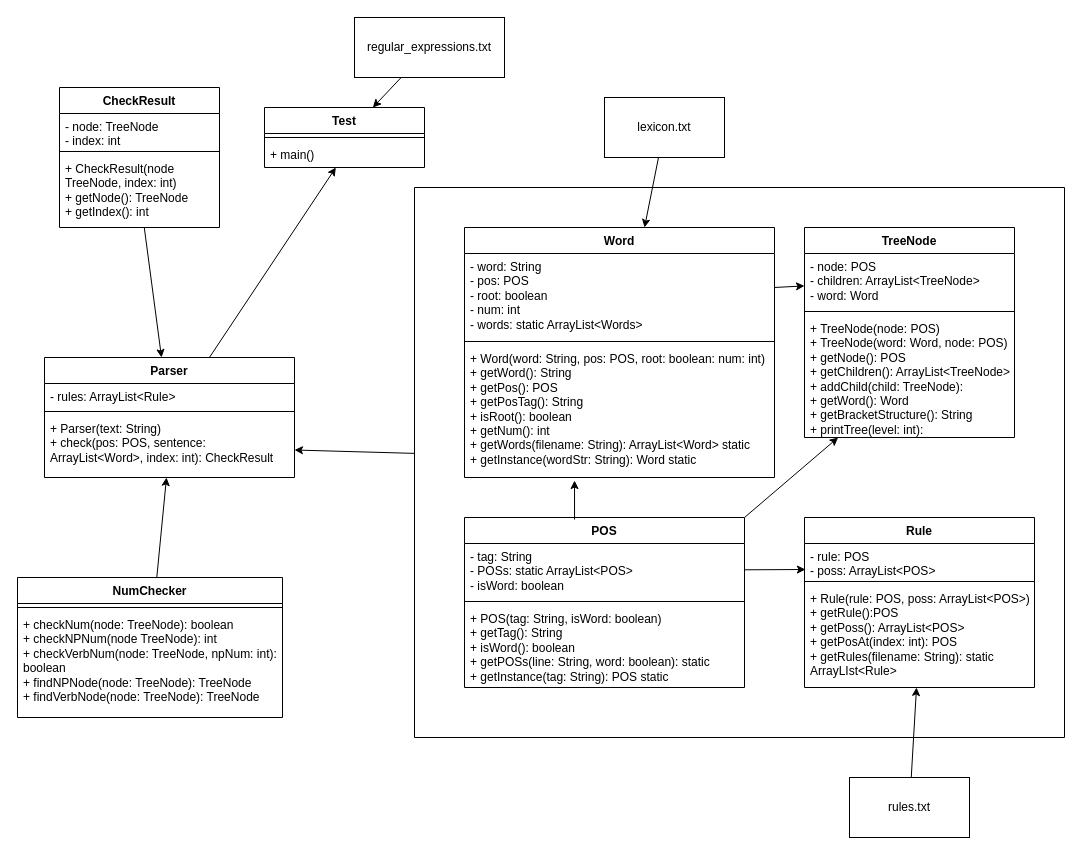
The draw.io diagram System.drawio in DavidThorn03/Natural-Language-Parser, before the edit. Source tidied: cells renumbered, new cells numbered last; positions are measured from the earlier drawing's top-left corner, leaving out a move shared by most shapes. Both pictures are drawn from the tidied source at 100%, with x=0, y=0 at pixel (17, 17).
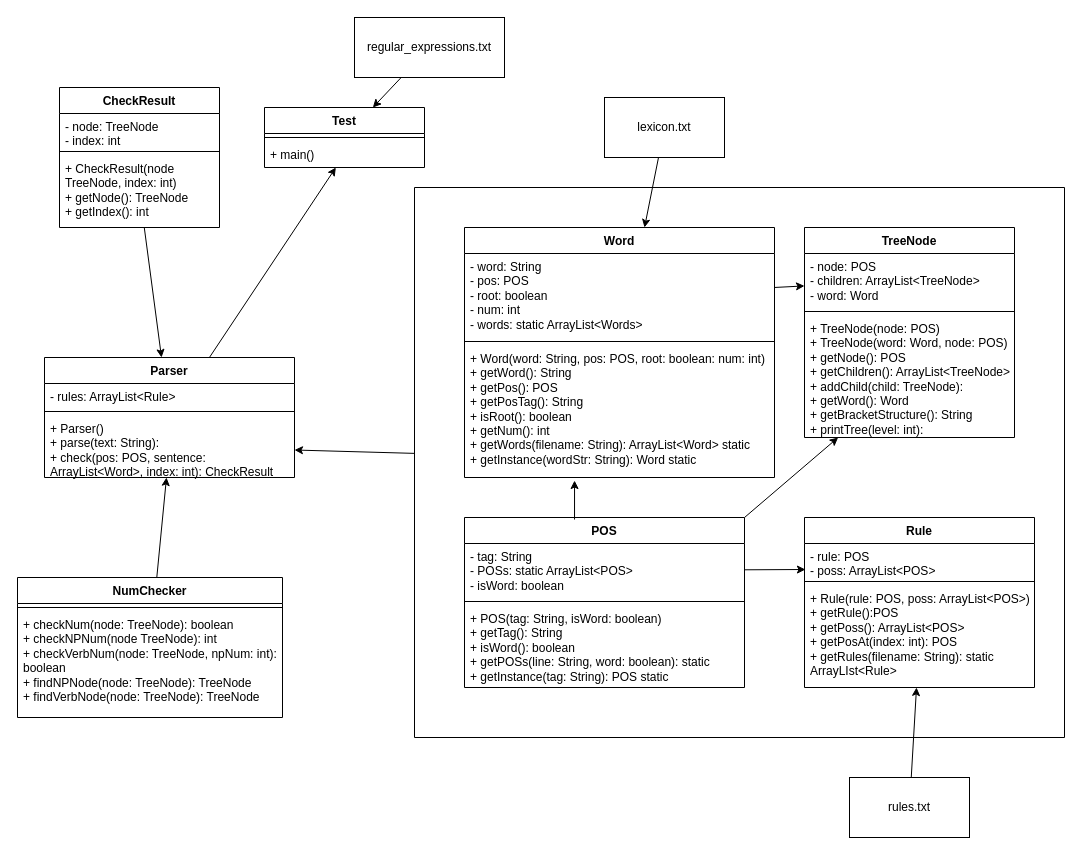
After the change.

Unchanged cells that the change refers to:
```xml
<mxCell id="3" value="Parser" style="swimlane;fontStyle=1;align=center;verticalAlign=top;horizontal=1;startSize=26;whiteSpace=wrap;html=1;" parent="1" vertex="1">
  <mxGeometry x="27" y="340" width="250" height="120" as="geometry" />
</mxCell>
```

Diff of the diagram source:
```diff
@@
-    <mxCell id="6" value="+ Parser(text: String)&lt;div&gt;+ check(pos: POS, sentence: ArrayList&amp;lt;Word&amp;gt;, index: int): CheckResult&lt;/div&gt;" style="text;strokeColor=none;fillColor=none;align=left;verticalAlign=top;spacingLeft=4;spacingRight=4;overflow=hidden;points=[[0,0.5],[1,0.5]];portConstraint=eastwest;whiteSpace=wrap;html=1;" parent="3" vertex="1">
+    <mxCell id="6" value="+ Parser()&lt;div&gt;&lt;font color=&quot;#000000&quot;&gt;+ parse(text: String):&lt;br&gt;&lt;/font&gt;&lt;div&gt;+ check(pos: POS, sentence: ArrayList&amp;lt;Word&amp;gt;, index: int): CheckResult&lt;/div&gt;&lt;/div&gt;" style="text;strokeColor=none;fillColor=none;align=left;verticalAlign=top;spacingLeft=4;spacingRight=4;overflow=hidden;points=[[0,0.5],[1,0.5]];portConstraint=eastwest;whiteSpace=wrap;html=1;" parent="3" vertex="1">
       <mxGeometry y="58" width="250" height="62" as="geometry" />
     </mxCell>
```
